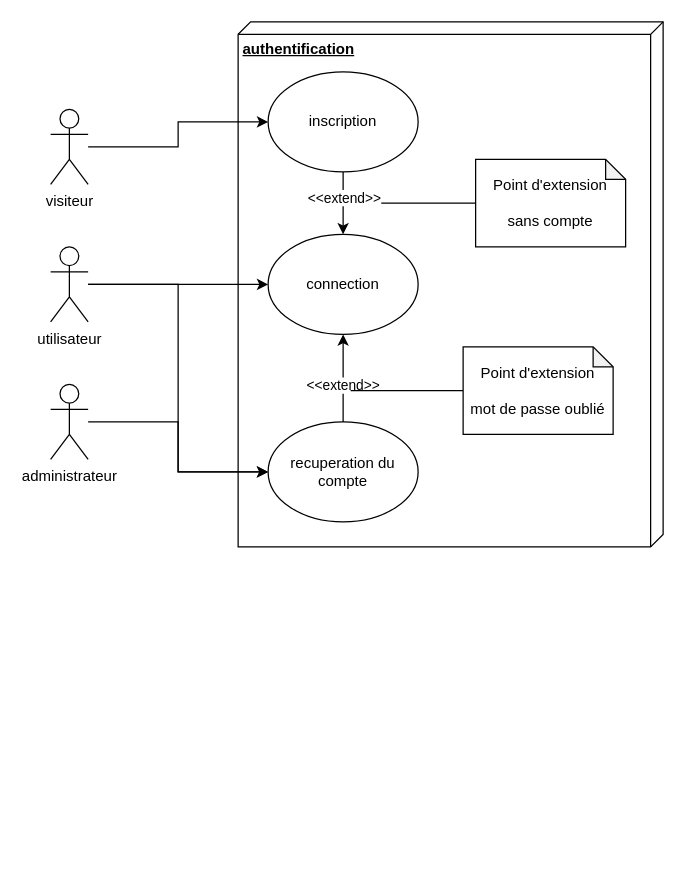
Above: Fichiers graphiques/package authentification.drawio in tbuglioni/unlimited-studies-doc (draw.io), before the change. Source tidied: cells renumbered, new cells numbered last; positions are measured from the earlier drawing's top-left corner, leaving out a move shared by most shapes. Both pictures are drawn from the tidied source at 125%, with x=0, y=0 at pixel (50, 21).
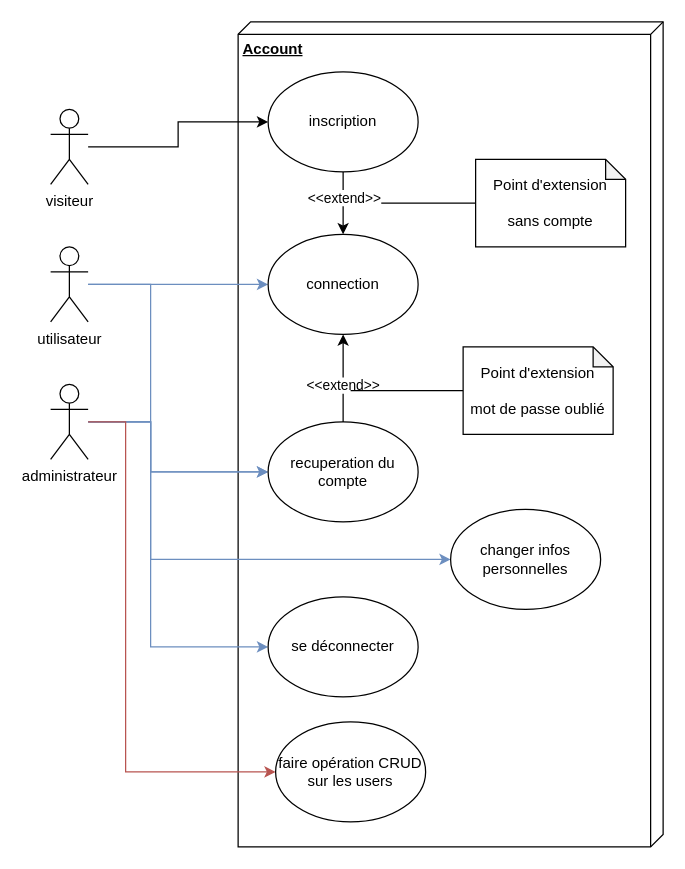
The same page after the edit.

Unchanged cells that the change refers to:
```xml
<mxCell id="5" value="utilisateur" style="shape=umlActor;verticalLabelPosition=bottom;verticalAlign=top;html=1;" parent="1" vertex="1">
  <mxGeometry y="180" width="30" height="60" as="geometry" />
</mxCell>
<mxCell id="9" value="administrateur" style="shape=umlActor;verticalLabelPosition=bottom;verticalAlign=top;html=1;" parent="1" vertex="1">
  <mxGeometry y="290" width="30" height="60" as="geometry" />
</mxCell>
<mxCell id="12" value="connection" style="ellipse;whiteSpace=wrap;html=1;" parent="1" vertex="1">
  <mxGeometry x="174" y="170" width="120" height="80" as="geometry" />
</mxCell>
<mxCell id="15" value="recuperation du compte" style="ellipse;whiteSpace=wrap;html=1;" parent="1" vertex="1">
  <mxGeometry x="174" y="320" width="120" height="80" as="geometry" />
</mxCell>
```

The edit, as a diff of the source:
```diff
@@
-    <mxCell id="2" value="&lt;span style=&quot;font-weight: 700 ; text-align: center&quot;&gt;authentification&lt;/span&gt;" style="verticalAlign=top;align=left;spacingTop=8;spacingLeft=2;spacingRight=12;shape=cube;size=10;direction=south;fontStyle=4;html=1;" parent="1" vertex="1">
-      <mxGeometry x="150" width="340" height="420" as="geometry" />
+    <mxCell id="2" value="&lt;span style=&quot;font-weight: 700 ; text-align: center&quot;&gt;Account&lt;/span&gt;" style="verticalAlign=top;align=left;spacingTop=8;spacingLeft=2;spacingRight=12;shape=cube;size=10;direction=south;fontStyle=4;html=1;" parent="1" vertex="1">
+      <mxGeometry x="150" width="340" height="660" as="geometry" />
     </mxCell>
-    <mxCell id="3" style="edgeStyle=orthogonalEdgeStyle;rounded=0;jettySize=auto;html=1;entryX=0;entryY=0.5;entryDx=0;entryDy=0;endArrow=classic;endFill=1;" parent="1" edge="1" source="5" target="12">
+    <mxCell id="3" style="edgeStyle=orthogonalEdgeStyle;rounded=0;jettySize=auto;html=1;entryX=0;entryY=0.5;entryDx=0;entryDy=0;endArrow=classic;endFill=1;fillColor=#dae8fc;strokeColor=#6c8ebf;" parent="1" edge="1" source="5" target="12">
       <mxGeometry relative="1" as="geometry" />
     </mxCell>
-    <mxCell id="4" style="edgeStyle=orthogonalEdgeStyle;rounded=0;jettySize=auto;html=1;entryX=0;entryY=0.5;entryDx=0;entryDy=0;endArrow=classic;endFill=1;" parent="1" edge="1" source="5" target="15">
-      <mxGeometry relative="1" as="geometry" />
+    <mxCell id="4" style="edgeStyle=orthogonalEdgeStyle;rounded=0;jettySize=auto;html=1;entryX=0;entryY=0.5;entryDx=0;entryDy=0;endArrow=classic;endFill=1;fillColor=#dae8fc;strokeColor=#6c8ebf;" parent="1" edge="1" source="5" target="15">
+      <mxGeometry relative="1" as="geometry">
+        <Array as="points">
+          <mxPoint x="80" y="210" />
+          <mxPoint x="80" y="360" />
+        </Array>
+      </mxGeometry>
     </mxCell>
@@
-    <mxCell id="8" style="edgeStyle=orthogonalEdgeStyle;rounded=0;jettySize=auto;html=1;entryX=0;entryY=0.5;entryDx=0;entryDy=0;endArrow=classic;endFill=1;" parent="1" edge="1" source="9" target="15">
-      <mxGeometry relative="1" as="geometry" />
+    <mxCell id="8" style="edgeStyle=orthogonalEdgeStyle;rounded=0;jettySize=auto;html=1;entryX=0;entryY=0.5;entryDx=0;entryDy=0;endArrow=classic;endFill=1;fillColor=#dae8fc;strokeColor=#6c8ebf;" parent="1" edge="1" source="9" target="15">
+      <mxGeometry relative="1" as="geometry">
+        <Array as="points">
+          <mxPoint x="80" y="320" />
+          <mxPoint x="80" y="360" />
+        </Array>
+      </mxGeometry>
     </mxCell>
+    <mxCell id="21" style="edgeStyle=orthogonalEdgeStyle;rounded=0;jettySize=auto;html=1;entryX=0;entryY=0.5;entryDx=0;entryDy=0;fillColor=#dae8fc;strokeColor=#6c8ebf;" parent="1" edge="1" source="9" target="25">
+      <mxGeometry relative="1" as="geometry">
+        <Array as="points">
+          <mxPoint x="80" y="320" />
+          <mxPoint x="80" y="430" />
+        </Array>
+      </mxGeometry>
+    </mxCell>
+    <mxCell id="22" style="edgeStyle=orthogonalEdgeStyle;rounded=0;jettySize=auto;html=1;entryX=0;entryY=0.5;entryDx=0;entryDy=0;fillColor=#dae8fc;strokeColor=#6c8ebf;" parent="1" edge="1" source="9" target="24">
+      <mxGeometry relative="1" as="geometry">
+        <Array as="points">
+          <mxPoint x="80" y="320" />
+          <mxPoint x="80" y="500" />
+        </Array>
+      </mxGeometry>
+    </mxCell>
+    <mxCell id="23" style="edgeStyle=orthogonalEdgeStyle;rounded=0;jettySize=auto;html=1;entryX=0;entryY=0.5;entryDx=0;entryDy=0;fillColor=#f8cecc;strokeColor=#b85450;" parent="1" edge="1" source="9" target="26">
+      <mxGeometry relative="1" as="geometry">
+        <Array as="points">
+          <mxPoint x="60" y="320" />
+          <mxPoint x="60" y="600" />
+        </Array>
+      </mxGeometry>
+    </mxCell>
@@
+    <mxCell id="24" value="se déconnecter" style="ellipse;whiteSpace=wrap;html=1;" parent="1" vertex="1">
+      <mxGeometry x="174" y="460" width="120" height="80" as="geometry" />
+    </mxCell>
+    <mxCell id="25" value="changer infos personnelles" style="ellipse;whiteSpace=wrap;html=1;" parent="1" vertex="1">
+      <mxGeometry x="320" y="390" width="120" height="80" as="geometry" />
+    </mxCell>
+    <mxCell id="26" value="faire opération CRUD sur les users" style="ellipse;whiteSpace=wrap;html=1;" parent="1" vertex="1">
+      <mxGeometry x="180" y="560" width="120" height="80" as="geometry" />
+    </mxCell>
```
